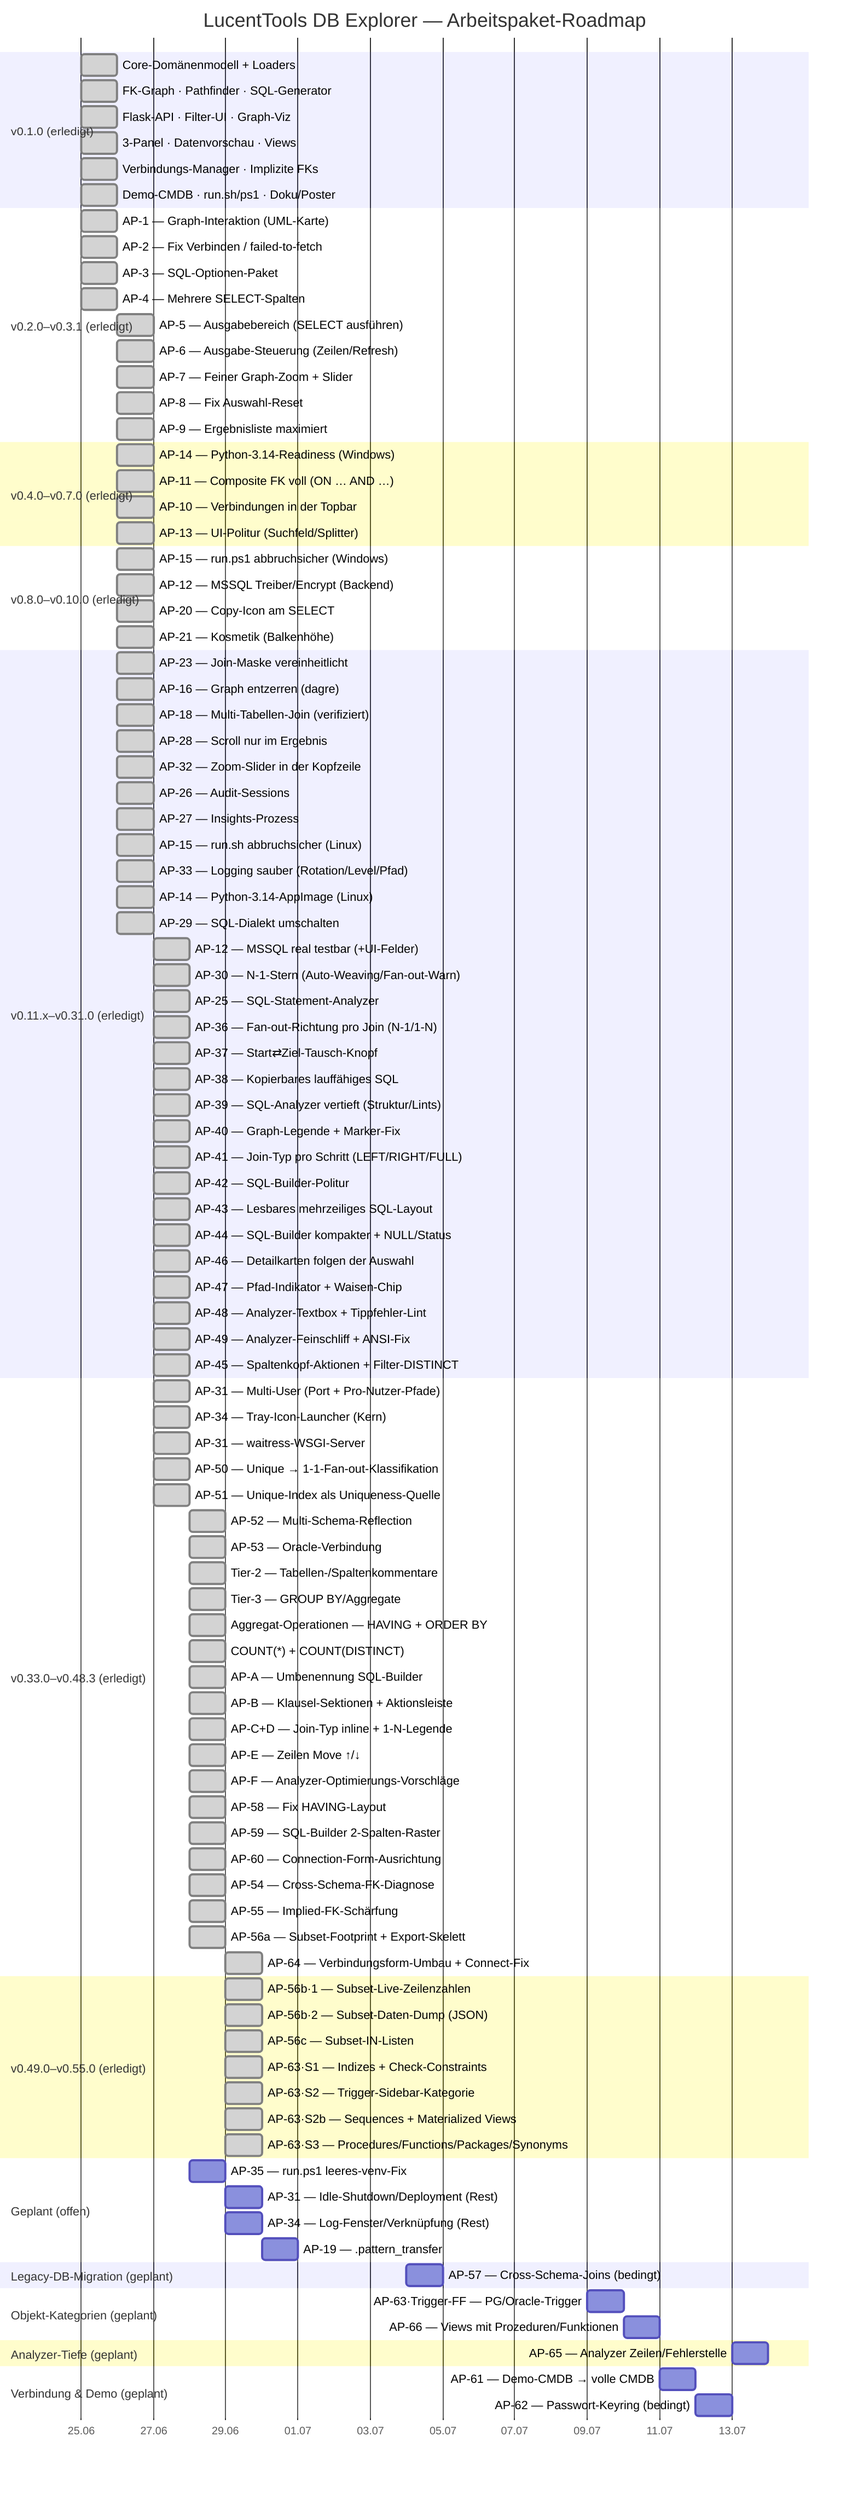
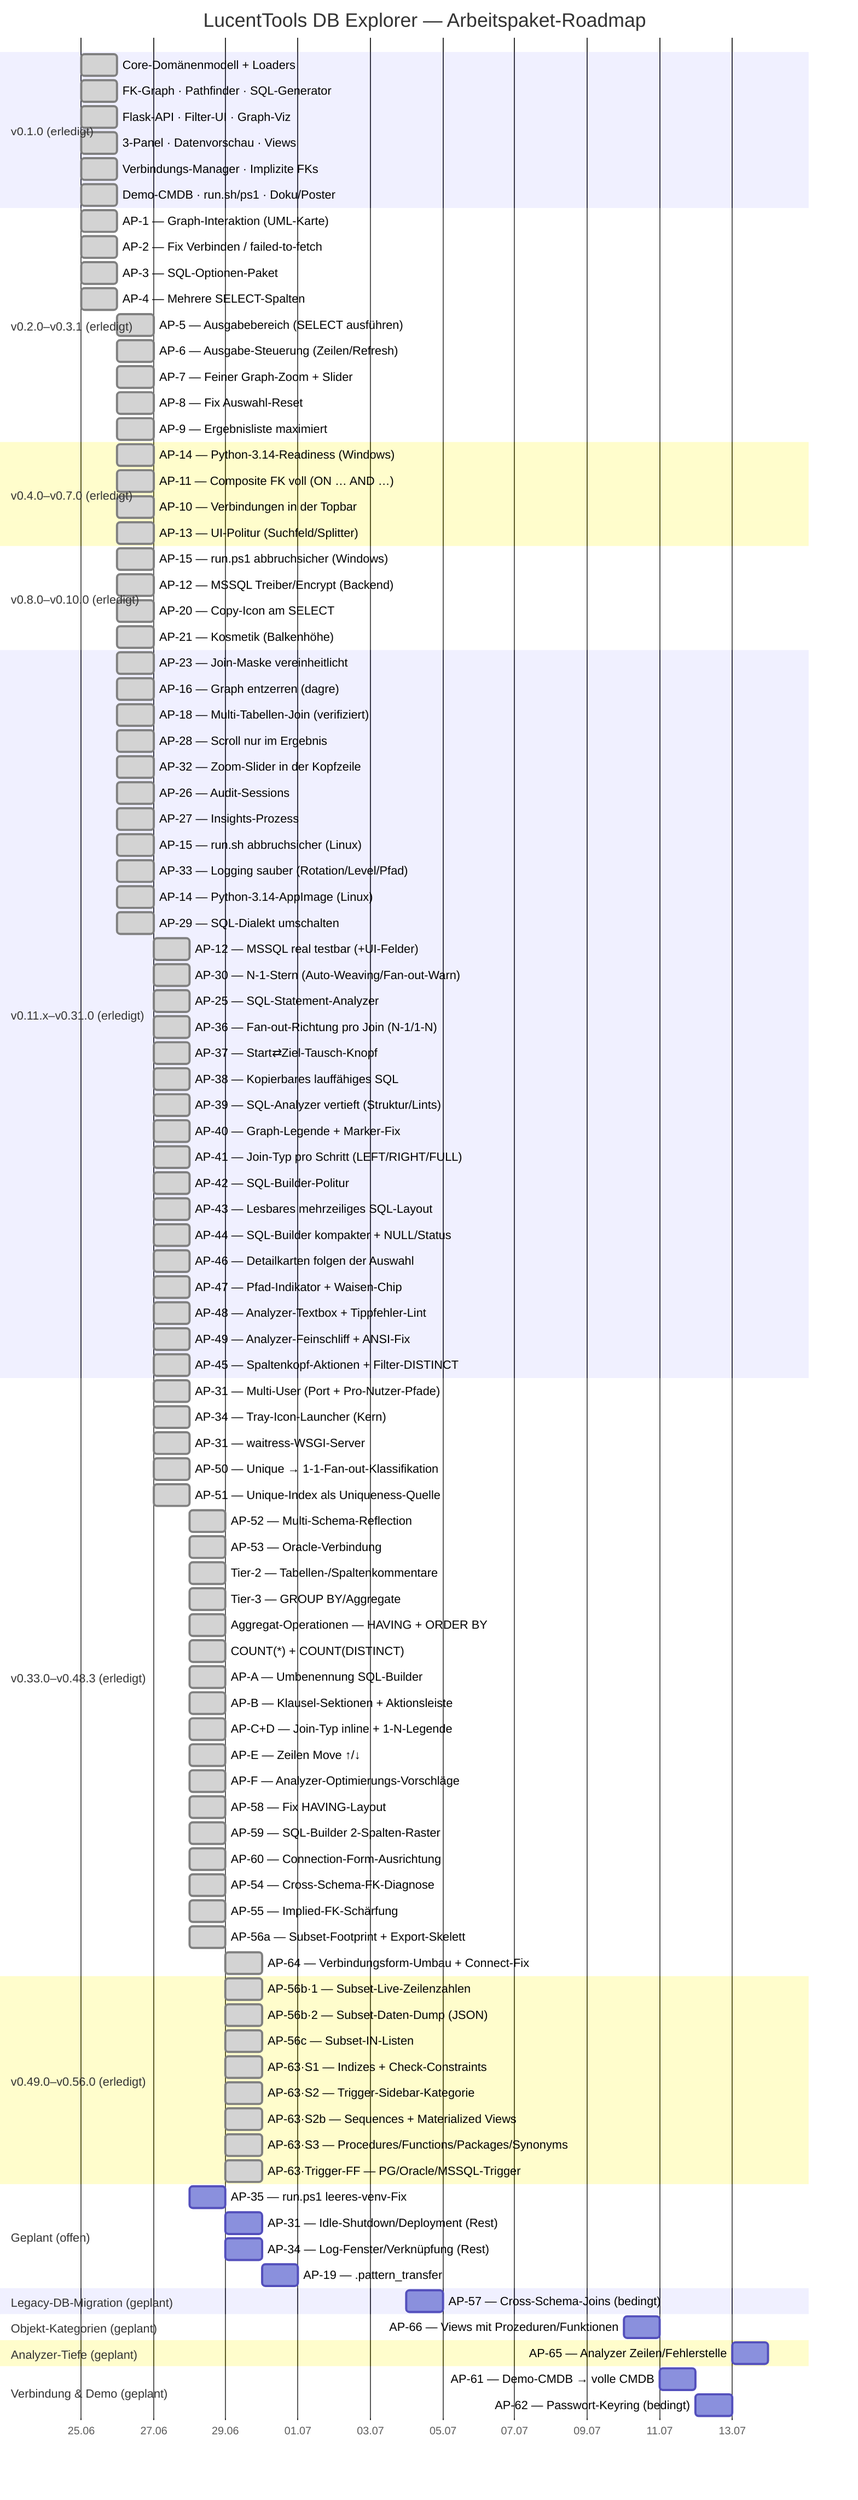
gantt
    title LucentTools DB Explorer — Arbeitspaket-Roadmap
    dateFormat  YYYY-MM-DD
    axisFormat  %d.%m

    section v0.1.0 (erledigt)
    Core-Domänenmodell + Loaders          :done, d1, 2026-06-25, 1d
    FK-Graph · Pathfinder · SQL-Generator :done, d2, 2026-06-25, 1d
    Flask-API · Filter-UI · Graph-Viz     :done, d3, 2026-06-25, 1d
    3-Panel · Datenvorschau · Views       :done, d4, 2026-06-25, 1d
    Verbindungs-Manager · Implizite FKs   :done, d5, 2026-06-25, 1d
    Demo-CMDB · run.sh/ps1 · Doku/Poster  :done, d6, 2026-06-25, 1d

    section v0.2.0–v0.3.1 (erledigt)
    AP-1 — Graph-Interaktion (UML-Karte)        :done, a1, 2026-06-25, 1d
    AP-2 — Fix Verbinden / failed-to-fetch      :done, a2, 2026-06-25, 1d
    AP-3 — SQL-Optionen-Paket                   :done, a3, 2026-06-25, 1d
    AP-4 — Mehrere SELECT-Spalten               :done, a4, 2026-06-25, 1d
    AP-5 — Ausgabebereich (SELECT ausführen)    :done, a5, 2026-06-26, 1d
    AP-6 — Ausgabe-Steuerung (Zeilen/Refresh)   :done, a6, 2026-06-26, 1d
    AP-7 — Feiner Graph-Zoom + Slider           :done, a7, 2026-06-26, 1d
    AP-8 — Fix Auswahl-Reset                    :done, a8, 2026-06-26, 1d
    AP-9 — Ergebnisliste maximiert              :done, a9, 2026-06-26, 1d

    section v0.4.0–v0.7.0 (erledigt)
    AP-14 — Python-3.14-Readiness (Windows)     :done, b1, 2026-06-26, 1d
    AP-11 — Composite FK voll (ON … AND …)      :done, b2, 2026-06-26, 1d
    AP-10 — Verbindungen in der Topbar          :done, b3, 2026-06-26, 1d
    AP-13 — UI-Politur (Suchfeld/Splitter)      :done, b4, 2026-06-26, 1d

    section v0.8.0–v0.10.0 (erledigt)
    AP-15 — run.ps1 abbruchsicher (Windows)     :done, c1, 2026-06-26, 1d
    AP-12 — MSSQL Treiber/Encrypt (Backend)     :done, c2, 2026-06-26, 1d
    AP-20 — Copy-Icon am SELECT                 :done, c3, 2026-06-26, 1d
    AP-21 — Kosmetik (Balkenhöhe)               :done, c4, 2026-06-26, 1d

    section v0.11.x–v0.31.0 (erledigt)
    AP-23 — Join-Maske vereinheitlicht          :done, e1, 2026-06-26, 1d
    AP-16 — Graph entzerren (dagre)             :done, e2, 2026-06-26, 1d
    AP-18 — Multi-Tabellen-Join (verifiziert)   :done, e3, 2026-06-26, 1d
    AP-28 — Scroll nur im Ergebnis              :done, e4, 2026-06-26, 1d
    AP-32 — Zoom-Slider in der Kopfzeile        :done, e5, 2026-06-26, 1d
    AP-26 — Audit-Sessions                      :done, e6, 2026-06-26, 1d
    AP-27 — Insights-Prozess                    :done, e7, 2026-06-26, 1d
    AP-15 — run.sh abbruchsicher (Linux)        :done, e8, 2026-06-26, 1d
    AP-33 — Logging sauber (Rotation/Level/Pfad) :done, e9, 2026-06-26, 1d
    AP-14 — Python-3.14-AppImage (Linux)         :done, e10, 2026-06-26, 1d
    AP-29 — SQL-Dialekt umschalten               :done, e11, 2026-06-26, 1d
    AP-12 — MSSQL real testbar (+UI-Felder)      :done, e12, 2026-06-27, 1d
    AP-30 — N-1-Stern (Auto-Weaving/Fan-out-Warn) :done, e13, 2026-06-27, 1d
    AP-25 — SQL-Statement-Analyzer               :done, e14, 2026-06-27, 1d
    AP-36 — Fan-out-Richtung pro Join (N-1/1-N)  :done, e15, 2026-06-27, 1d
    AP-37 — Start⇄Ziel-Tausch-Knopf              :done, e16, 2026-06-27, 1d
    AP-38 — Kopierbares lauffähiges SQL          :done, e17, 2026-06-27, 1d
    AP-39 — SQL-Analyzer vertieft (Struktur/Lints) :done, e18, 2026-06-27, 1d
    AP-40 — Graph-Legende + Marker-Fix           :done, e19, 2026-06-27, 1d
    AP-41 — Join-Typ pro Schritt (LEFT/RIGHT/FULL) :done, e20, 2026-06-27, 1d
    AP-42 — SQL-Builder-Politur                 :done, e21, 2026-06-27, 1d
    AP-43 — Lesbares mehrzeiliges SQL-Layout      :done, e22, 2026-06-27, 1d
    AP-44 — SQL-Builder kompakter + NULL/Status :done, e23, 2026-06-27, 1d
    AP-46 — Detailkarten folgen der Auswahl       :done, e24, 2026-06-27, 1d
    AP-47 — Pfad-Indikator + Waisen-Chip         :done, e25, 2026-06-27, 1d
    AP-48 — Analyzer-Textbox + Tippfehler-Lint   :done, e26, 2026-06-27, 1d
    AP-49 — Analyzer-Feinschliff + ANSI-Fix       :done, e27, 2026-06-27, 1d
    AP-45 — Spaltenkopf-Aktionen + Filter-DISTINCT :done, e28, 2026-06-27, 1d

    section v0.33.0–v0.48.3 (erledigt)
    AP-31 — Multi-User (Port + Pro-Nutzer-Pfade) :done, f1, 2026-06-27, 1d
    AP-34 — Tray-Icon-Launcher (Kern)            :done, f2, 2026-06-27, 1d
    AP-31 — waitress-WSGI-Server                 :done, f3, 2026-06-27, 1d
    AP-50 — Unique → 1-1-Fan-out-Klassifikation  :done, f4, 2026-06-27, 1d
    AP-51 — Unique-Index als Uniqueness-Quelle   :done, f5, 2026-06-27, 1d
    AP-52 — Multi-Schema-Reflection              :done, f6, 2026-06-28, 1d
    AP-53 — Oracle-Verbindung                    :done, f7, 2026-06-28, 1d
    Tier-2 — Tabellen-/Spaltenkommentare         :done, f8, 2026-06-28, 1d
    Tier-3 — GROUP BY/Aggregate                  :done, f9, 2026-06-28, 1d
    Aggregat-Operationen — HAVING + ORDER BY     :done, f10, 2026-06-28, 1d
    COUNT(*) + COUNT(DISTINCT)                   :done, f11, 2026-06-28, 1d
    AP-A — Umbenennung SQL-Builder               :done, f12, 2026-06-28, 1d
    AP-B — Klausel-Sektionen + Aktionsleiste     :done, f13, 2026-06-28, 1d
    AP-C+D — Join-Typ inline + 1-N-Legende       :done, f14, 2026-06-28, 1d
    AP-E — Zeilen Move ↑/↓                        :done, f15, 2026-06-28, 1d
    AP-F — Analyzer-Optimierungs-Vorschläge      :done, f16, 2026-06-28, 1d
    AP-58 — Fix HAVING-Layout                    :done, f17, 2026-06-28, 1d
    AP-59 — SQL-Builder 2-Spalten-Raster        :done, f18, 2026-06-28, 1d
    AP-60 — Connection-Form-Ausrichtung         :done, f19, 2026-06-28, 1d
    AP-54 — Cross-Schema-FK-Diagnose            :done, f20, 2026-06-28, 1d
    AP-55 — Implied-FK-Schärfung                :done, f21, 2026-06-28, 1d
    AP-56a — Subset-Footprint + Export-Skelett   :done, f22, 2026-06-28, 1d
    AP-64 — Verbindungsform-Umbau + Connect-Fix  :done, f23, 2026-06-29, 1d

-     section v0.49.0–v0.55.0 (erledigt)
+     section v0.49.0–v0.56.0 (erledigt)
    AP-56b·1 — Subset-Live-Zeilenzahlen         :done, f24, 2026-06-29, 1d
    AP-56b·2 — Subset-Daten-Dump (JSON)         :done, f25, 2026-06-29, 1d
    AP-56c — Subset-IN-Listen                   :done, f26, 2026-06-29, 1d
    AP-63·S1 — Indizes + Check-Constraints      :done, f27, 2026-06-29, 1d
    AP-63·S2 — Trigger-Sidebar-Kategorie        :done, f28, 2026-06-29, 1d
    AP-63·S2b — Sequences + Materialized Views  :done, f29, 2026-06-29, 1d
    AP-63·S3 — Procedures/Functions/Packages/Synonyms :done, f30, 2026-06-29, 1d
+     AP-63·Trigger-FF — PG/Oracle/MSSQL-Trigger  :done, f31, 2026-06-29, 1d

    section Geplant (offen)
    AP-35 — run.ps1 leeres-venv-Fix             :p3, 2026-06-28, 1d
    AP-31 — Idle-Shutdown/Deployment (Rest)     :p5, 2026-06-29, 1d
    AP-34 — Log-Fenster/Verknüpfung (Rest)      :p6, 2026-06-29, 1d
    AP-19 — .pattern_transfer                   :p11, 2026-06-30, 1d

    section Legacy-DB-Migration (geplant)
    AP-57 — Cross-Schema-Joins (bedingt)        :p23, 2026-07-04, 1d

    section Objekt-Kategorien (geplant)
-     AP-63·Trigger-FF — PG/Oracle-Trigger        :p32b, 2026-07-09, 1d
    AP-66 — Views mit Prozeduren/Funktionen     :p33, 2026-07-10, 1d

    section Analyzer-Tiefe (geplant)
    AP-65 — Analyzer Zeilen/Fehlerstelle        :p35, 2026-07-13, 1d

    section Verbindung & Demo (geplant)
    AP-61 — Demo-CMDB → volle CMDB              :p41, 2026-07-11, 1d
    AP-62 — Passwort-Keyring (bedingt)          :p42, 2026-07-12, 1d
